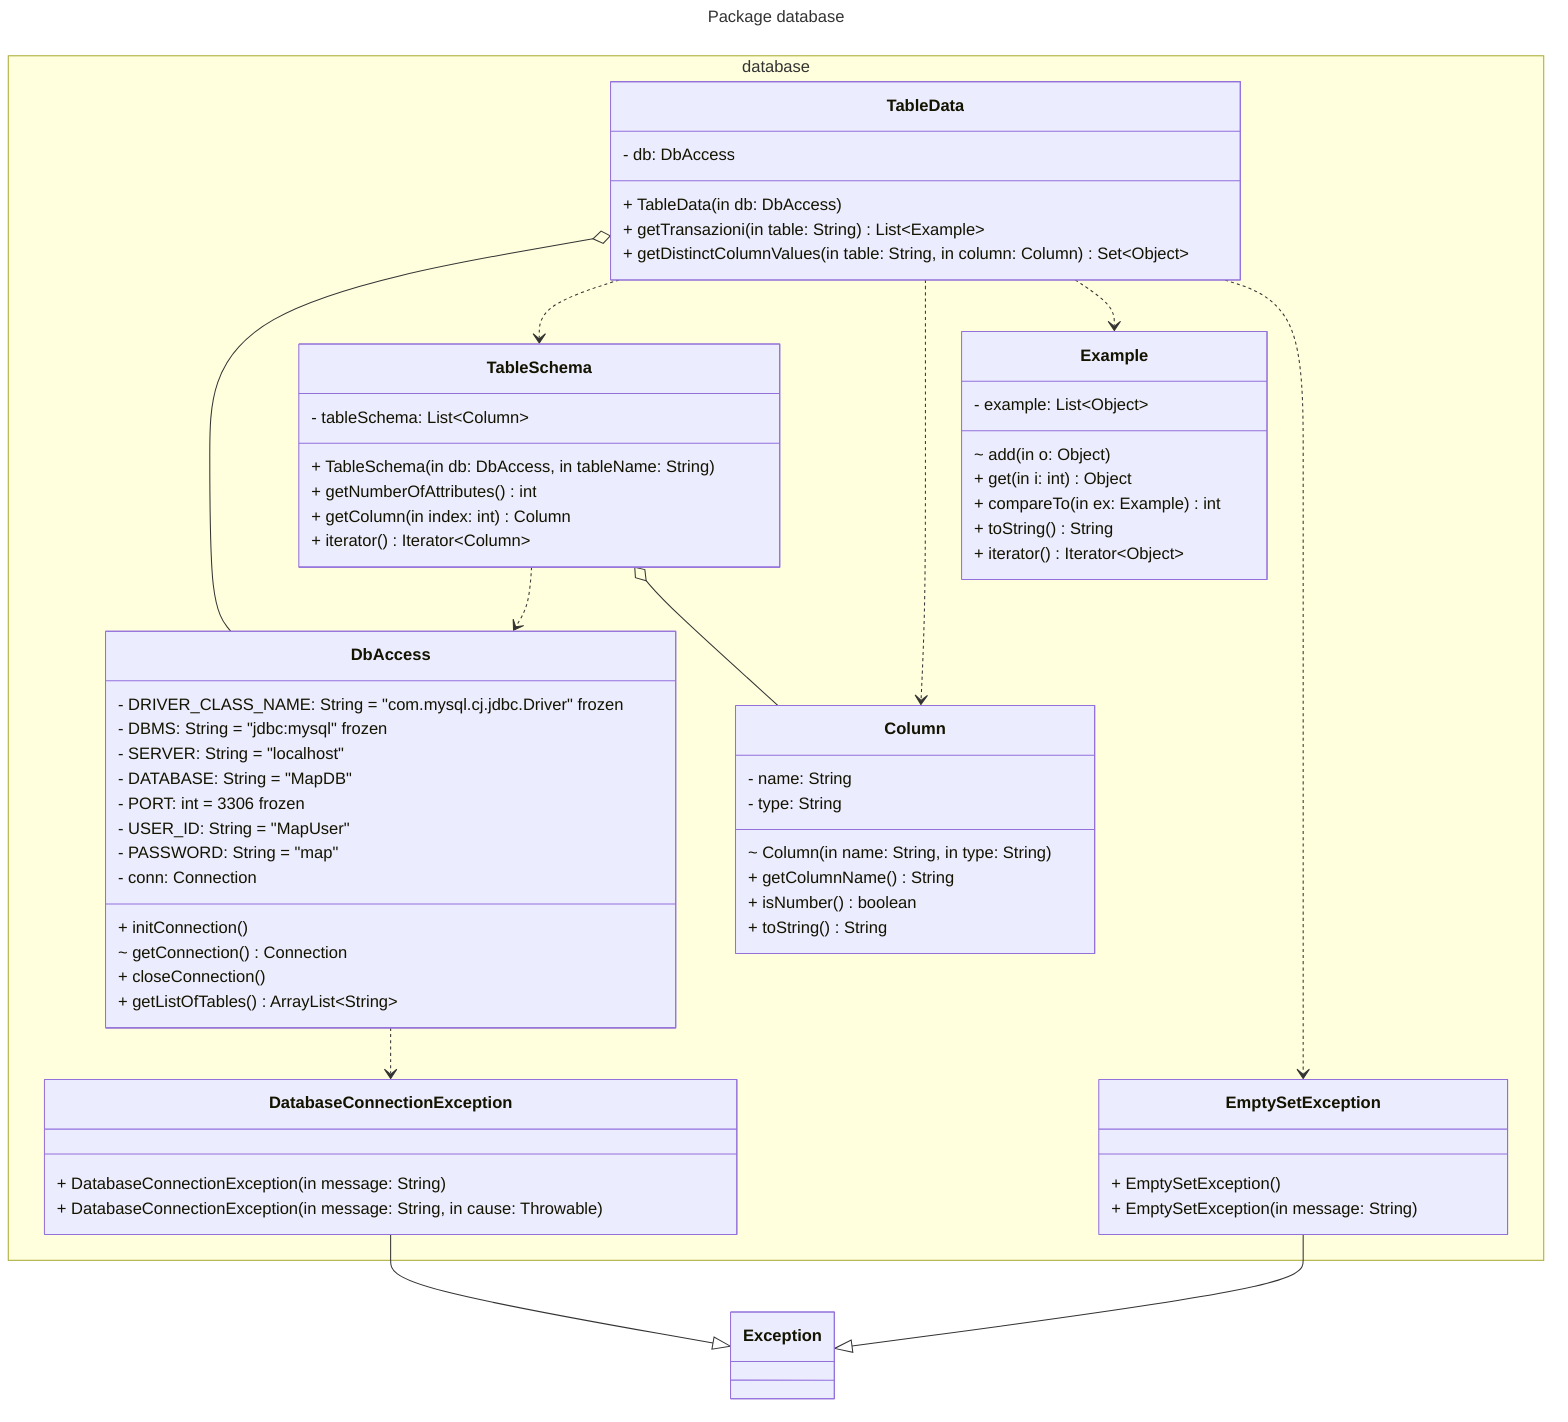
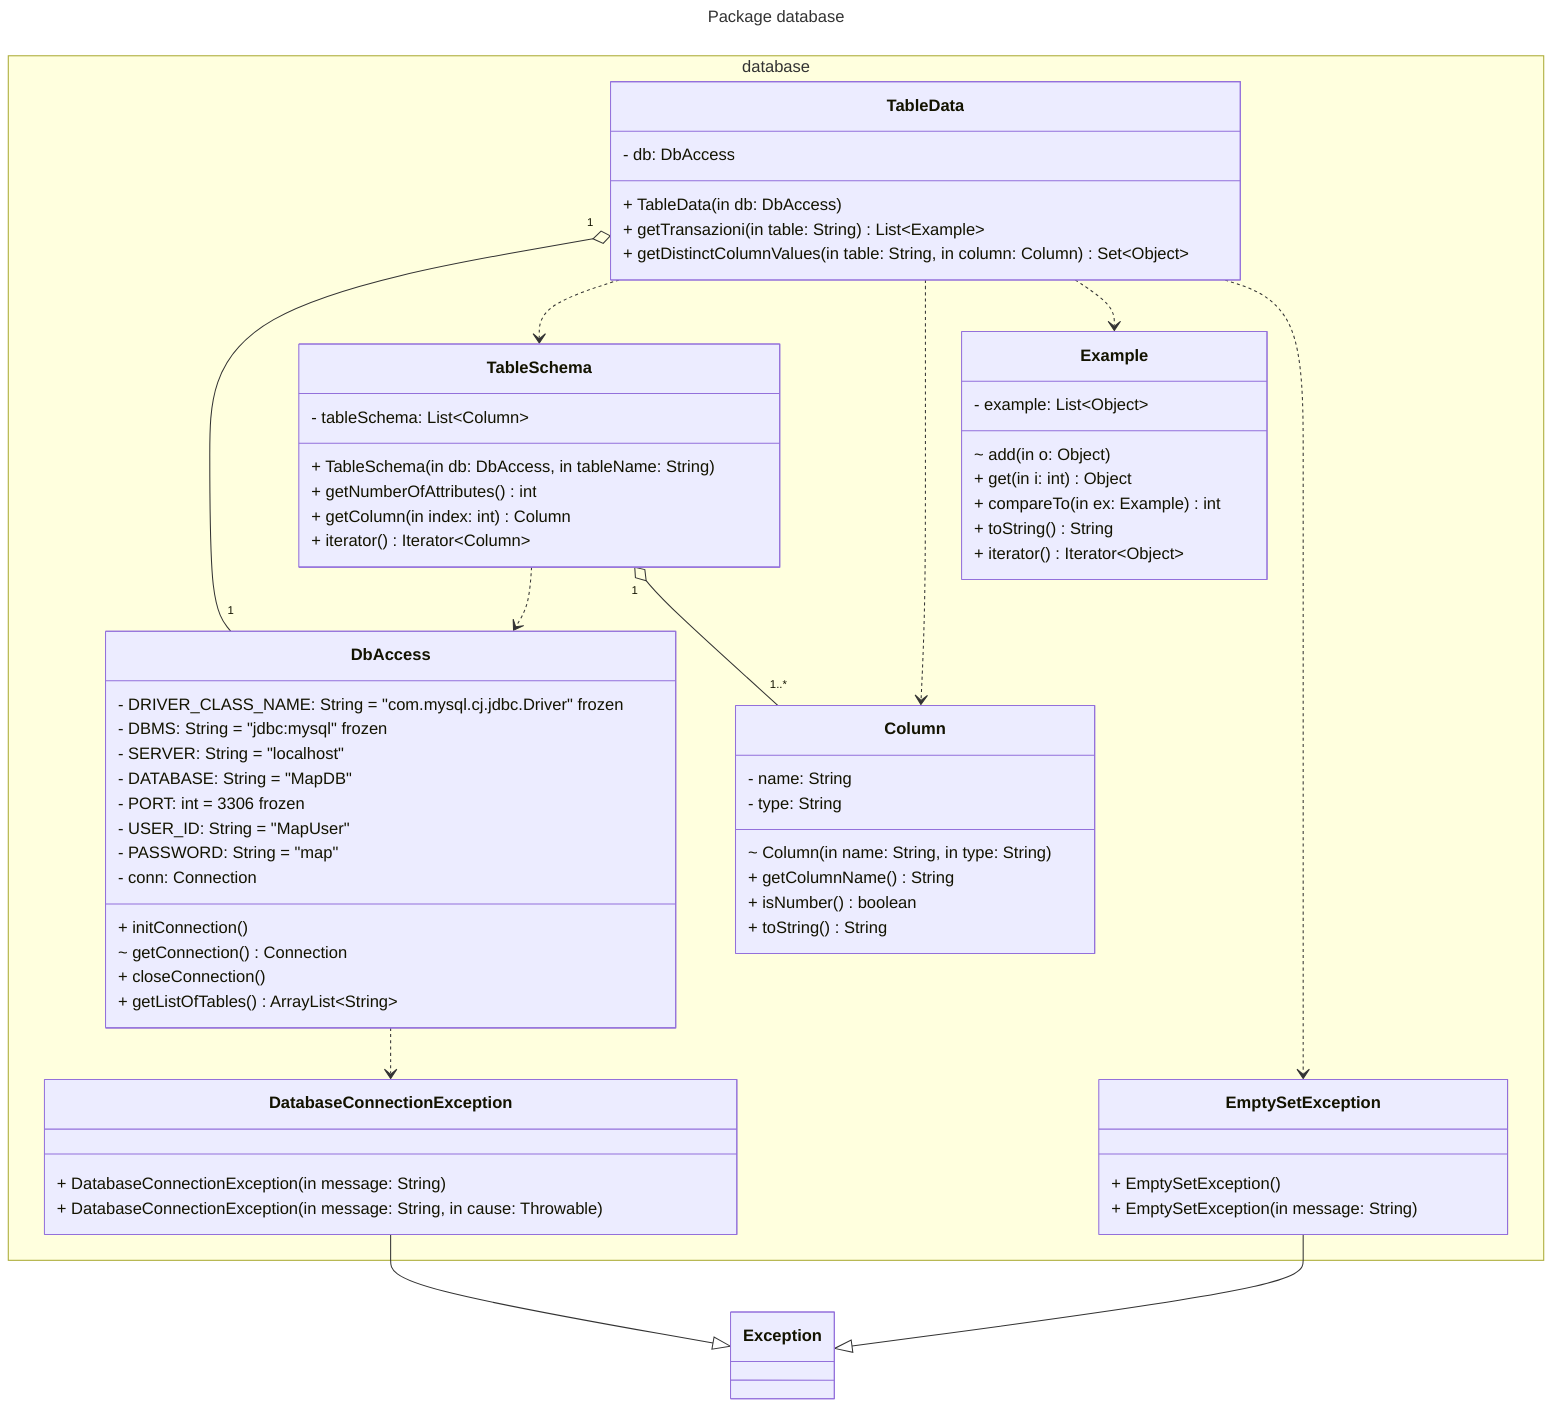
---
title: Package database
---
classDiagram
    namespace database {
        class DbAccess
        class TableSchema
        class TableData
        class Column
        class Example
        class EmptySetException
        class DatabaseConnectionException
    }

    class DbAccess {
        - DRIVER_CLASS_NAME: String  = "com.mysql.cj.jdbc.Driver" frozen
        - DBMS: String = "jdbc:mysql" frozen
        - SERVER: String = "localhost"
        - DATABASE: String = "MapDB"
        - PORT: int = 3306 frozen
        - USER_ID: String = "MapUser"
        - PASSWORD: String = "map"
        - conn: Connection
        + initConnection()
        ~ getConnection() Connection
        + closeConnection()
        + getListOfTables() ArrayList~String~
    }

    class TableSchema {
        - tableSchema: List~Column~
        + TableSchema(in db: DbAccess, in tableName: String)
        + getNumberOfAttributes() int
        + getColumn(in index: int) Column
        + iterator() Iterator~Column~
    }

    class Column {
        - name: String
        - type: String
        ~ Column(in name: String, in type: String)
        + getColumnName() String
        + isNumber() boolean
        + toString() String
    }

    class TableData {
        - db: DbAccess
        + TableData(in db: DbAccess)
        + getTransazioni(in table: String) List~Example~
        + getDistinctColumnValues(in table: String, in column: Column) Set~Object~
    }

    class Example {
        - example: List~Object~
        ~ add(in o: Object)
        + get(in i: int) Object
        + compareTo(in ex: Example) int
        + toString() String
        + iterator() Iterator~Object~
    }

    class EmptySetException {
        + EmptySetException()
        + EmptySetException(in message: String)
    }

    class DatabaseConnectionException {
        + DatabaseConnectionException(in message: String)
        + DatabaseConnectionException(in message: String, in cause: Throwable)
    }

    class Exception {
    }


    EmptySetException --|> Exception
    DatabaseConnectionException --|> Exception

    DbAccess ..> DatabaseConnectionException

    TableSchema ..> DbAccess
-     TableSchema o--  Column
+     TableSchema "1" o-- "1..*" Column

-     TableData o-- DbAccess
+     TableData "1" o-- "1" DbAccess
    TableData ..> TableSchema
    TableData ..> Column
    TableData ..> Example
    TableData ..> EmptySetException
